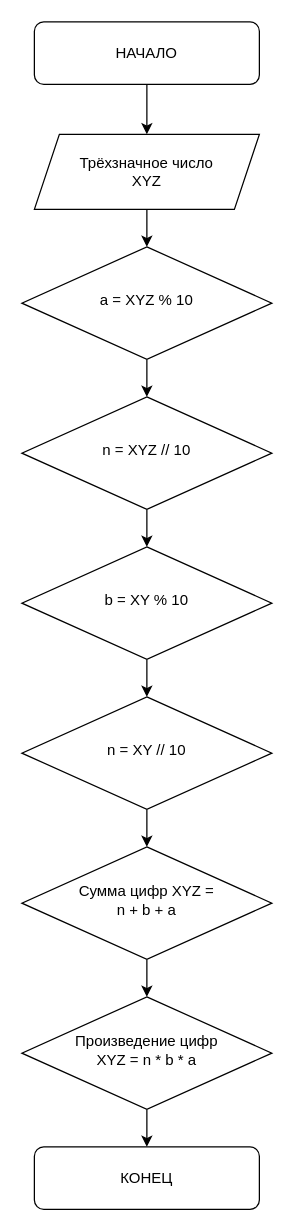
This is lesson1.task1.drawio from phocaman/geekbrains.homework, a draw.io file, before an edit. Source tidied: cells renumbered, new cells numbered last; positions are measured from the earlier drawing's top-left corner, leaving out a move shared by most shapes. Both pictures are drawn from the tidied source at 125%, with x=0, y=0 at pixel (21, 21).
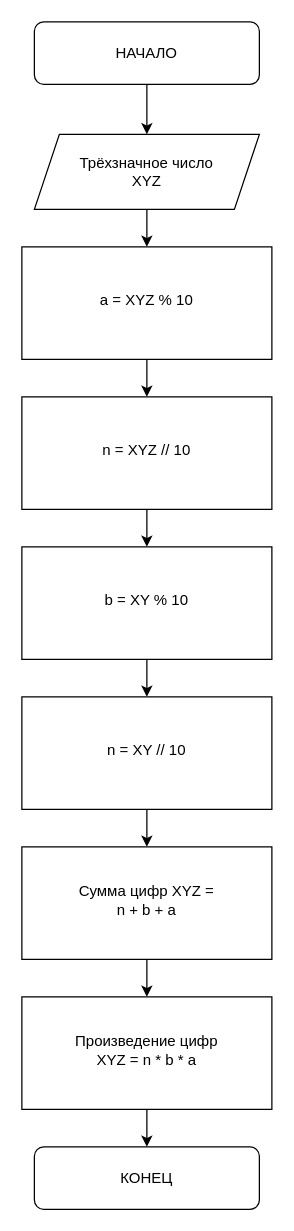
The same page after the edit.

Change to the diagram source:
```diff
@@
 <mxGraphModel>
   <root>
     <mxCell id="0" />
     <mxCell id="1" parent="0" />
     <mxCell id="2" style="edgeStyle=orthogonalEdgeStyle;rounded=0;jettySize=auto;html=1;" parent="1" edge="1" source="3" target="7">
       <mxGeometry relative="1" as="geometry" />
     </mxCell>
     <mxCell id="3" value="НАЧАЛО" style="rounded=1;whiteSpace=wrap;html=1;fontSize=12;glass=0;strokeWidth=1;shadow=0;" parent="1" vertex="1">
       <mxGeometry x="10" width="180" height="50" as="geometry" />
     </mxCell>
     <mxCell id="4" style="edgeStyle=orthogonalEdgeStyle;rounded=0;jettySize=auto;html=1;" parent="1" edge="1" source="5" target="9">
       <mxGeometry relative="1" as="geometry" />
     </mxCell>
-    <mxCell id="5" value="a = XYZ % 10" style="rhombus;whiteSpace=wrap;html=1;shadow=0;fontFamily=Helvetica;fontSize=12;align=center;strokeWidth=1;spacing=6;spacingTop=-4;" parent="1" vertex="1">
+    <mxCell id="5" value="a = XYZ % 10" style="rounded=0;whiteSpace=wrap;html=1;shadow=0;fontFamily=Helvetica;fontSize=12;align=center;strokeWidth=1;spacing=6;spacingTop=-4;" parent="1" vertex="1">
       <mxGeometry y="180" width="200" height="90" as="geometry" />
     </mxCell>
     <mxCell id="6" style="edgeStyle=orthogonalEdgeStyle;rounded=0;jettySize=auto;html=1;" parent="1" edge="1" source="7" target="5">
       <mxGeometry relative="1" as="geometry" />
     </mxCell>
     <mxCell id="7" value="Трёхзначное число&lt;br&gt;XYZ" style="shape=parallelogram;perimeter=parallelogramPerimeter;whiteSpace=wrap;html=1;fixedSize=1;" parent="1" vertex="1">
       <mxGeometry x="10" y="90" width="180" height="60" as="geometry" />
     </mxCell>
     <mxCell id="8" style="edgeStyle=orthogonalEdgeStyle;rounded=0;jettySize=auto;html=1;" parent="1" edge="1" source="9" target="11">
       <mxGeometry relative="1" as="geometry" />
     </mxCell>
-    <mxCell id="9" value="n = XYZ // 10" style="rhombus;whiteSpace=wrap;html=1;shadow=0;fontFamily=Helvetica;fontSize=12;align=center;strokeWidth=1;spacing=6;spacingTop=-4;" parent="1" vertex="1">
+    <mxCell id="9" value="n = XYZ // 10" style="rounded=0;whiteSpace=wrap;html=1;shadow=0;fontFamily=Helvetica;fontSize=12;align=center;strokeWidth=1;spacing=6;spacingTop=-4;" parent="1" vertex="1">
       <mxGeometry y="300" width="200" height="90" as="geometry" />
     </mxCell>
     <mxCell id="10" style="edgeStyle=orthogonalEdgeStyle;rounded=0;jettySize=auto;html=1;" parent="1" edge="1" source="11" target="13">
       <mxGeometry relative="1" as="geometry" />
     </mxCell>
-    <mxCell id="11" value="b = XY % 10" style="rhombus;whiteSpace=wrap;html=1;shadow=0;fontFamily=Helvetica;fontSize=12;align=center;strokeWidth=1;spacing=6;spacingTop=-4;" parent="1" vertex="1">
+    <mxCell id="11" value="b = XY % 10" style="rounded=0;whiteSpace=wrap;html=1;shadow=0;fontFamily=Helvetica;fontSize=12;align=center;strokeWidth=1;spacing=6;spacingTop=-4;" parent="1" vertex="1">
       <mxGeometry y="420" width="200" height="90" as="geometry" />
     </mxCell>
     <mxCell id="12" style="edgeStyle=orthogonalEdgeStyle;rounded=0;jettySize=auto;html=1;" parent="1" edge="1" source="13" target="15">
       <mxGeometry relative="1" as="geometry" />
     </mxCell>
-    <mxCell id="13" value="n = XY // 10" style="rhombus;whiteSpace=wrap;html=1;shadow=0;fontFamily=Helvetica;fontSize=12;align=center;strokeWidth=1;spacing=6;spacingTop=-4;" parent="1" vertex="1">
+    <mxCell id="13" value="n = XY // 10" style="rounded=0;whiteSpace=wrap;html=1;shadow=0;fontFamily=Helvetica;fontSize=12;align=center;strokeWidth=1;spacing=6;spacingTop=-4;" parent="1" vertex="1">
       <mxGeometry y="540" width="200" height="90" as="geometry" />
     </mxCell>
     <mxCell id="14" style="edgeStyle=orthogonalEdgeStyle;rounded=0;jettySize=auto;html=1;" parent="1" edge="1" source="15" target="17">
       <mxGeometry relative="1" as="geometry" />
     </mxCell>
-    <mxCell id="15" value="Сумма цифр XYZ =&lt;br&gt;n + b + a" style="rhombus;whiteSpace=wrap;html=1;shadow=0;fontFamily=Helvetica;fontSize=12;align=center;strokeWidth=1;spacing=6;spacingTop=-4;" parent="1" vertex="1">
+    <mxCell id="15" value="Сумма цифр XYZ =&lt;br&gt;n + b + a" style="rounded=0;whiteSpace=wrap;html=1;shadow=0;fontFamily=Helvetica;fontSize=12;align=center;strokeWidth=1;spacing=6;spacingTop=-4;" parent="1" vertex="1">
       <mxGeometry y="660" width="200" height="90" as="geometry" />
     </mxCell>
     <mxCell id="16" style="edgeStyle=orthogonalEdgeStyle;rounded=0;jettySize=auto;html=1;" parent="1" edge="1" source="17" target="18">
       <mxGeometry relative="1" as="geometry" />
     </mxCell>
-    <mxCell id="17" value="Произведение цифр&lt;br&gt;XYZ = n * b * a" style="rhombus;whiteSpace=wrap;html=1;shadow=0;fontFamily=Helvetica;fontSize=12;align=center;strokeWidth=1;spacing=6;spacingTop=-4;" parent="1" vertex="1">
+    <mxCell id="17" value="Произведение цифр&lt;br&gt;XYZ = n * b * a" style="rounded=0;whiteSpace=wrap;html=1;shadow=0;fontFamily=Helvetica;fontSize=12;align=center;strokeWidth=1;spacing=6;spacingTop=-4;" parent="1" vertex="1">
       <mxGeometry y="780" width="200" height="90" as="geometry" />
     </mxCell>
     <mxCell id="18" value="КОНЕЦ" style="rounded=1;whiteSpace=wrap;html=1;fontSize=12;glass=0;strokeWidth=1;shadow=0;" parent="1" vertex="1">
       <mxGeometry x="10" y="900" width="180" height="50" as="geometry" />
     </mxCell>
   </root>
 </mxGraphModel>
```
